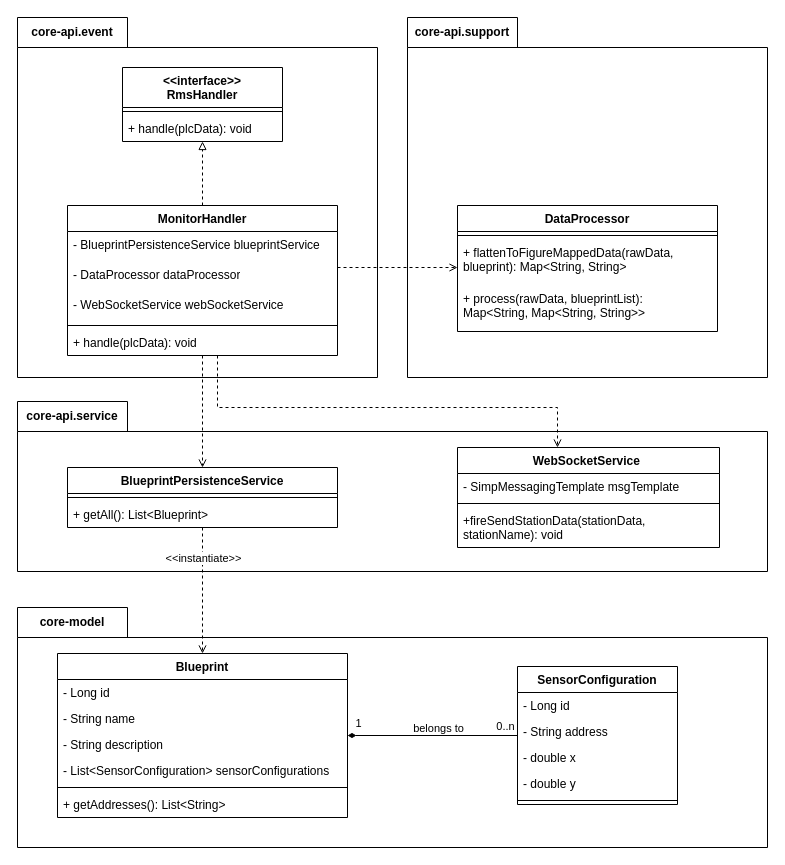
The draw.io diagram Report7/SDD/Detailed-Design/Monitoring/class-T4-14.drawio in f-pms/Document, before the edit. Source tidied: cells renumbered, new cells numbered last; positions are measured from the earlier drawing's top-left corner, leaving out a move shared by most shapes. Both pictures are drawn from the tidied source at 100%, with x=0, y=0 at pixel (17, 17).
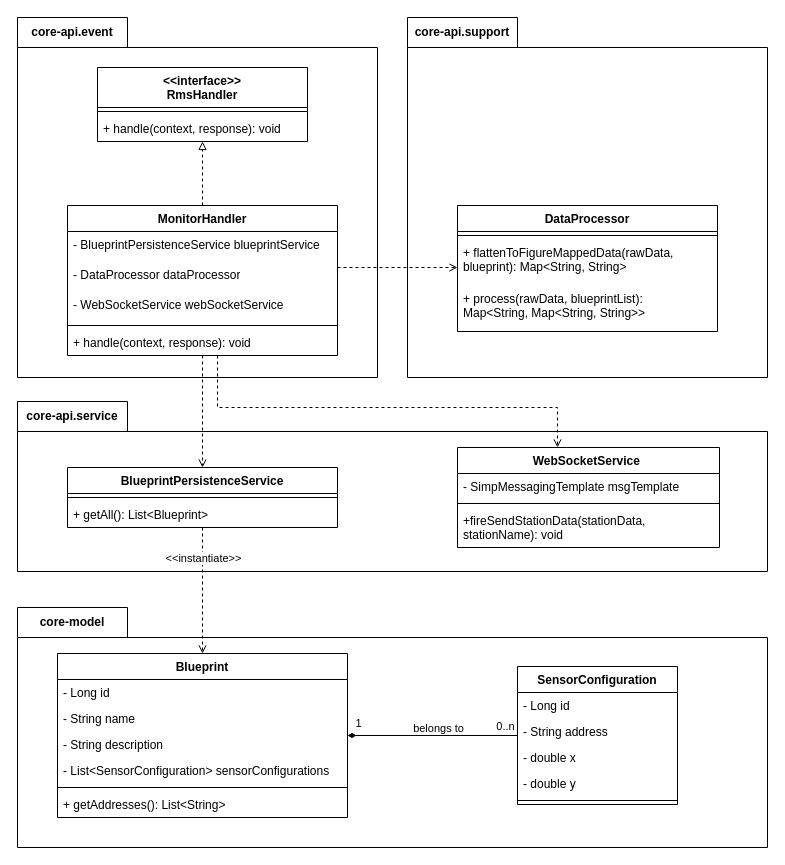
The same page after the edit.

Commit message (it also covers changes not shown here):
adjust class diagrams based on discussion

Unchanged cells that the change refers to:
```xml
<mxCell id="45" value="MonitorHandler" style="swimlane;fontStyle=1;align=center;verticalAlign=top;horizontal=1;startSize=26;whiteSpace=wrap;html=1;" parent="1" vertex="1">
  <mxGeometry x="50" y="188" width="270" height="150" as="geometry" />
</mxCell>
```

Diff of the diagram source:
```diff
@@
     <mxCell id="38" value="&amp;lt;&amp;lt;interface&amp;gt;&amp;gt;&lt;br&gt;RmsHandler" style="swimlane;fontStyle=1;align=center;verticalAlign=top;horizontal=1;startSize=40;whiteSpace=wrap;html=1;" parent="1" vertex="1">
-      <mxGeometry x="105" y="50" width="160" height="74" as="geometry" />
+      <mxGeometry x="80" y="50" width="210" height="74" as="geometry" />
     </mxCell>
     <mxCell id="39" style="line;strokeWidth=1;fillColor=none;align=left;verticalAlign=middle;spacingTop=-1;spacingLeft=3;spacingRight=3;labelPosition=right;strokeColor=inherit;" parent="38" vertex="1">
-      <mxGeometry y="40" width="160" height="8" as="geometry" />
+      <mxGeometry y="40" width="210" height="8" as="geometry" />
     </mxCell>
-    <mxCell id="40" value="+ handle(plcData): void" style="text;strokeColor=none;fillColor=none;align=left;verticalAlign=top;spacingLeft=4;spacingRight=4;overflow=hidden;whiteSpace=wrap;html=1;" parent="38" vertex="1">
-      <mxGeometry y="48" width="160" height="26" as="geometry" />
+    <mxCell id="40" value="+ handle(context, response): void" style="text;strokeColor=none;fillColor=none;align=left;verticalAlign=top;spacingLeft=4;spacingRight=4;overflow=hidden;whiteSpace=wrap;html=1;" parent="38" vertex="1">
+      <mxGeometry y="48" width="210" height="26" as="geometry" />
     </mxCell>
@@
-    <mxCell id="50" value="+ handle(plcData): void" style="text;strokeColor=none;fillColor=none;align=left;verticalAlign=top;spacingLeft=4;spacingRight=4;overflow=hidden;whiteSpace=wrap;html=1;" parent="45" vertex="1">
+    <mxCell id="50" value="+ handle(context, response): void" style="text;strokeColor=none;fillColor=none;align=left;verticalAlign=top;spacingLeft=4;spacingRight=4;overflow=hidden;whiteSpace=wrap;html=1;" parent="45" vertex="1">
       <mxGeometry y="124" width="270" height="26" as="geometry" />
     </mxCell>
```
